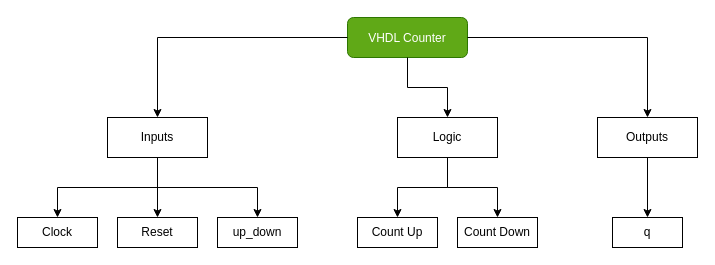
Before: 1/BreakDown.drawio in gordonpow/lab_hardware_test, a draw.io diagram. Source tidied: cells renumbered, new cells numbered last; positions are measured from the earlier drawing's top-left corner, leaving out a move shared by most shapes. Both pictures are drawn from the tidied source at 100%, with x=0, y=0 at pixel (17, 17).
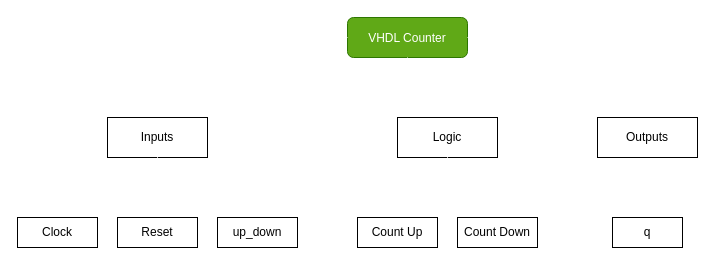
Above is the later version.

Commit message (it also covers changes not shown here):
fix : Question 1 img_MSC of readme.md

Unchanged cells that the change refers to:
```xml
<mxCell id="2" value="VHDL Counter" style="rounded=1;fillColor=#60a917;strokeColor=#2D7600;fontColor=#ffffff;" parent="1" vertex="1">
  <mxGeometry x="330" width="120" height="40" as="geometry" />
</mxCell>
<mxCell id="3" value="Inputs" style="rounded=0;whiteSpace=wrap;html=1;" parent="1" vertex="1">
  <mxGeometry x="90" y="100" width="100" height="40" as="geometry" />
</mxCell>
<mxCell id="4" value="Logic" style="rounded=0;whiteSpace=wrap;html=1;" parent="1" vertex="1">
  <mxGeometry x="380" y="100" width="100" height="40" as="geometry" />
</mxCell>
<mxCell id="6" value="Outputs" style="rounded=0;whiteSpace=wrap;html=1;" parent="1" vertex="1">
  <mxGeometry x="580" y="100" width="100" height="40" as="geometry" />
</mxCell>
<mxCell id="10" value="Clock" style="rounded=0;whiteSpace=wrap;html=1;" parent="1" vertex="1">
  <mxGeometry y="200" width="80" height="30" as="geometry" />
</mxCell>
<mxCell id="11" value="Reset" style="rounded=0;whiteSpace=wrap;html=1;" parent="1" vertex="1">
  <mxGeometry x="100" y="200" width="80" height="30" as="geometry" />
</mxCell>
<mxCell id="14" value="Count Up" style="rounded=0;whiteSpace=wrap;html=1;" parent="1" vertex="1">
  <mxGeometry x="340" y="200" width="80" height="30" as="geometry" />
</mxCell>
<mxCell id="15" value="Count Down" style="rounded=0;whiteSpace=wrap;html=1;" parent="1" vertex="1">
  <mxGeometry x="440" y="200" width="80" height="30" as="geometry" />
</mxCell>
<mxCell id="18" value="up_down" style="rounded=0;whiteSpace=wrap;html=1;" parent="1" vertex="1">
  <mxGeometry x="200" y="200" width="80" height="30" as="geometry" />
</mxCell>
<mxCell id="21" value="q" style="rounded=0;whiteSpace=wrap;html=1;" parent="1" vertex="1">
  <mxGeometry x="595" y="200" width="70" height="30" as="geometry" />
</mxCell>
```

Change to the diagram source:
```diff
@@
-    <mxCell id="5" style="edgeStyle=none;html=1;exitX=0.5;exitY=1;exitDx=0;exitDy=0;entryX=0.5;entryY=0;entryDx=0;entryDy=0;" parent="1" edge="1" source="6" target="21">
+    <mxCell id="5" style="edgeStyle=none;html=1;exitX=0.5;exitY=1;exitDx=0;exitDy=0;entryX=0.5;entryY=0;entryDx=0;entryDy=0;strokeColor=#FFFFFF;" parent="1" edge="1" source="6" target="21">
       <mxGeometry relative="1" as="geometry" />
     </mxCell>
@@
-    <mxCell id="7" style="edgeStyle=orthogonalEdgeStyle;rounded=0;jettySize=auto;html=1;" parent="1" edge="1" source="2" target="3">
+    <mxCell id="7" style="edgeStyle=orthogonalEdgeStyle;rounded=0;jettySize=auto;html=1;fillColor=#f5f5f5;strokeColor=#FFFFFF;" parent="1" edge="1" source="2" target="3">
       <mxGeometry relative="1" as="geometry" />
     </mxCell>
-    <mxCell id="8" style="edgeStyle=orthogonalEdgeStyle;rounded=0;jettySize=auto;html=1;" parent="1" edge="1" source="2" target="4">
+    <mxCell id="8" style="edgeStyle=orthogonalEdgeStyle;rounded=0;jettySize=auto;html=1;strokeColor=#FFFFFF;" parent="1" edge="1" source="2" target="4">
       <mxGeometry relative="1" as="geometry" />
     </mxCell>
-    <mxCell id="9" style="edgeStyle=orthogonalEdgeStyle;rounded=0;jettySize=auto;html=1;" parent="1" edge="1" source="2" target="6">
+    <mxCell id="9" style="edgeStyle=orthogonalEdgeStyle;rounded=0;jettySize=auto;html=1;strokeColor=#FFFFFF;" parent="1" edge="1" source="2" target="6">
       <mxGeometry relative="1" as="geometry" />
     </mxCell>
@@
-    <mxCell id="12" style="edgeStyle=orthogonalEdgeStyle;rounded=0;jettySize=auto;html=1;" parent="1" edge="1" source="3" target="10">
+    <mxCell id="12" style="edgeStyle=orthogonalEdgeStyle;rounded=0;jettySize=auto;html=1;strokeColor=#FFFFFF;" parent="1" edge="1" source="3" target="10">
       <mxGeometry relative="1" as="geometry">
         <Array as="points">
           <mxPoint x="140" y="170" />
           <mxPoint x="40" y="170" />
         </Array>
       </mxGeometry>
     </mxCell>
-    <mxCell id="13" style="edgeStyle=orthogonalEdgeStyle;rounded=0;jettySize=auto;html=1;" parent="1" edge="1" source="3" target="11">
+    <mxCell id="13" style="edgeStyle=orthogonalEdgeStyle;rounded=0;jettySize=auto;html=1;strokeColor=#FFFFFF;" parent="1" edge="1" source="3" target="11">
       <mxGeometry relative="1" as="geometry">
         <Array as="points">
           <mxPoint x="140" y="160" />
           <mxPoint x="140" y="160" />
         </Array>
       </mxGeometry>
     </mxCell>
@@
-    <mxCell id="16" style="edgeStyle=orthogonalEdgeStyle;rounded=0;jettySize=auto;html=1;" parent="1" edge="1" source="4" target="14">
+    <mxCell id="16" style="edgeStyle=orthogonalEdgeStyle;rounded=0;jettySize=auto;html=1;strokeColor=#FFFFFF;" parent="1" edge="1" source="4" target="14">
       <mxGeometry relative="1" as="geometry" />
     </mxCell>
-    <mxCell id="17" style="edgeStyle=orthogonalEdgeStyle;rounded=0;jettySize=auto;html=1;" parent="1" edge="1" source="4" target="15">
+    <mxCell id="17" style="edgeStyle=orthogonalEdgeStyle;rounded=0;jettySize=auto;html=1;strokeColor=#FFFFFF;" parent="1" edge="1" source="4" target="15">
       <mxGeometry relative="1" as="geometry" />
     </mxCell>
@@
-    <mxCell id="19" style="endArrow=none;html=1;" parent="1" edge="1">
+    <mxCell id="19" style="endArrow=none;html=1;strokeColor=#FFFFFF;" parent="1" edge="1">
       <mxGeometry relative="1" as="geometry">
         <mxPoint x="140" y="170" as="sourcePoint" />
         <mxPoint x="240" y="170" as="targetPoint" />
       </mxGeometry>
     </mxCell>
-    <mxCell id="20" style="endArrow=classic;html=1;entryX=0.5;entryY=0;entryDx=0;entryDy=0;" parent="1" edge="1" target="18">
+    <mxCell id="20" style="endArrow=classic;html=1;entryX=0.5;entryY=0;entryDx=0;entryDy=0;strokeColor=#FFFFFF;" parent="1" edge="1" target="18">
       <mxGeometry relative="1" as="geometry">
         <mxPoint x="240" y="170" as="sourcePoint" />
       </mxGeometry>
     </mxCell>
```
